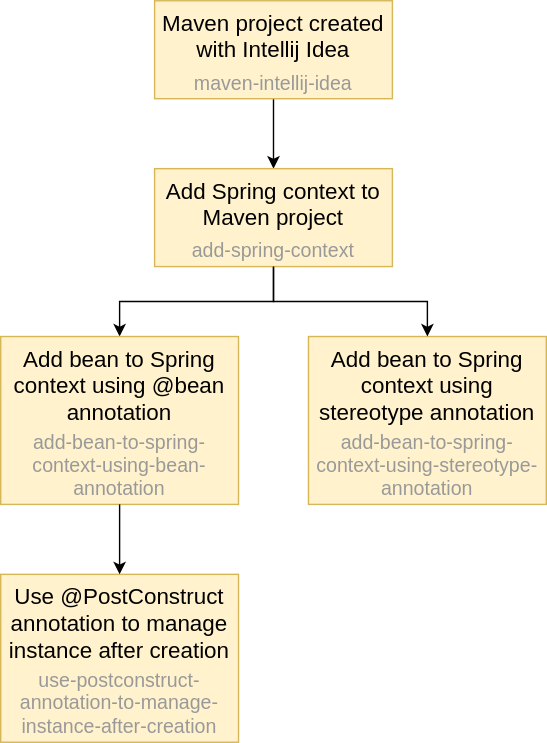
Romach-Education/.github keeps this draw.io diagram as profile/repositories-graph.svg. Above is the earlier version. Source tidied: cells renumbered, new cells last; positions are measured from the earlier drawing's top-left corner, leaving out a move shared by most shapes.
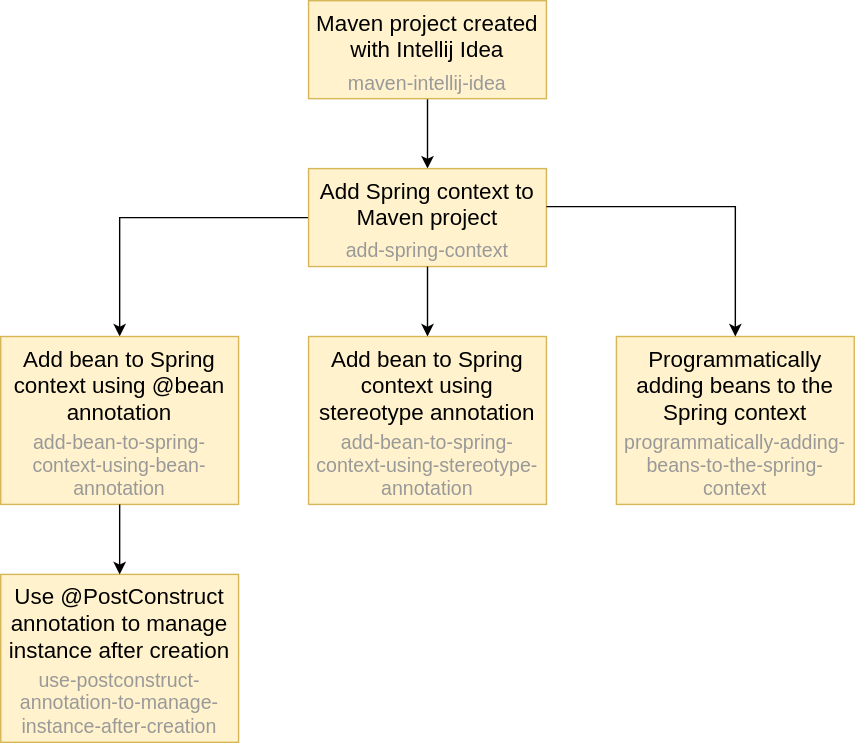
After the change.

Commit message:
Update repositories graph

The edit, as a diff of the source:
```diff
@@ -6,7 +6,7 @@
       <mxGeometry relative="1" as="geometry" />
     </mxCell>
     <mxCell id="3" style="rounded=0;whiteSpace=wrap;html=1;fillColor=#fff2cc;strokeColor=#d6b656;" parent="1" vertex="1">
-      <mxGeometry x="110" width="170" height="70" as="geometry" />
+      <mxGeometry x="220" width="170" height="70" as="geometry" />
     </mxCell>
     <mxCell id="4" value="&lt;font color=&quot;#999999&quot; style=&quot;font-size: 14px;&quot;&gt;maven-intellij-idea&lt;/font&gt;" style="rounded=0;whiteSpace=wrap;html=1;strokeColor=none;fillColor=none;verticalAlign=bottom;" parent="3" vertex="1">
       <mxGeometry y="53.5" width="170" height="16.5" as="geometry" />
@@ -18,7 +18,7 @@
       <mxGeometry relative="1" as="geometry" />
     </mxCell>
     <mxCell id="7" style="rounded=0;whiteSpace=wrap;html=1;fillColor=#fff2cc;strokeColor=#d6b656;" parent="1" vertex="1">
-      <mxGeometry x="110" y="120" width="170" height="70" as="geometry" />
+      <mxGeometry x="220" y="120" width="170" height="70" as="geometry" />
     </mxCell>
     <mxCell id="8" value="&lt;font color=&quot;#999999&quot; style=&quot;font-size: 14px;&quot;&gt;add-spring-context&lt;/font&gt;" style="rounded=0;whiteSpace=wrap;html=1;strokeColor=none;fillColor=none;verticalAlign=bottom;" parent="7" vertex="1">
       <mxGeometry y="53.5" width="170" height="16.5" as="geometry" />
@@ -59,5 +59,17 @@
     <mxCell id="20" style="edgeStyle=orthogonalEdgeStyle;rounded=0;jettySize=auto;html=1;" parent="1" edge="1" source="11" target="19">
       <mxGeometry relative="1" as="geometry" />
     </mxCell>
+    <mxCell id="21" style="rounded=0;whiteSpace=wrap;html=1;fillColor=#fff2cc;strokeColor=#d6b656;" parent="1" vertex="1">
+      <mxGeometry x="440" y="240" width="170" height="120" as="geometry" />
+    </mxCell>
+    <mxCell id="22" value="&lt;font style=&quot;font-size: 14px;&quot; color=&quot;#999999&quot;&gt;programmatically-adding-beans-to-the-spring-context&lt;/font&gt;" style="rounded=0;whiteSpace=wrap;html=1;strokeColor=none;fillColor=none;verticalAlign=bottom;" parent="21" vertex="1">
+      <mxGeometry y="71.1" width="170" height="48.9" as="geometry" />
+    </mxCell>
+    <mxCell id="23" value="&lt;font style=&quot;font-size: 16px;&quot;&gt;Programmatically adding beans to the Spring context&lt;/font&gt;" style="rounded=0;whiteSpace=wrap;html=1;strokeColor=none;fillColor=none;verticalAlign=top;" parent="21" vertex="1">
+      <mxGeometry width="170" height="71.1" as="geometry" />
+    </mxCell>
+    <mxCell id="24" style="edgeStyle=orthogonalEdgeStyle;rounded=0;jettySize=auto;html=1;" parent="1" edge="1" source="9" target="23">
+      <mxGeometry relative="1" as="geometry" />
+    </mxCell>
   </root>
 </mxGraphModel>
```
